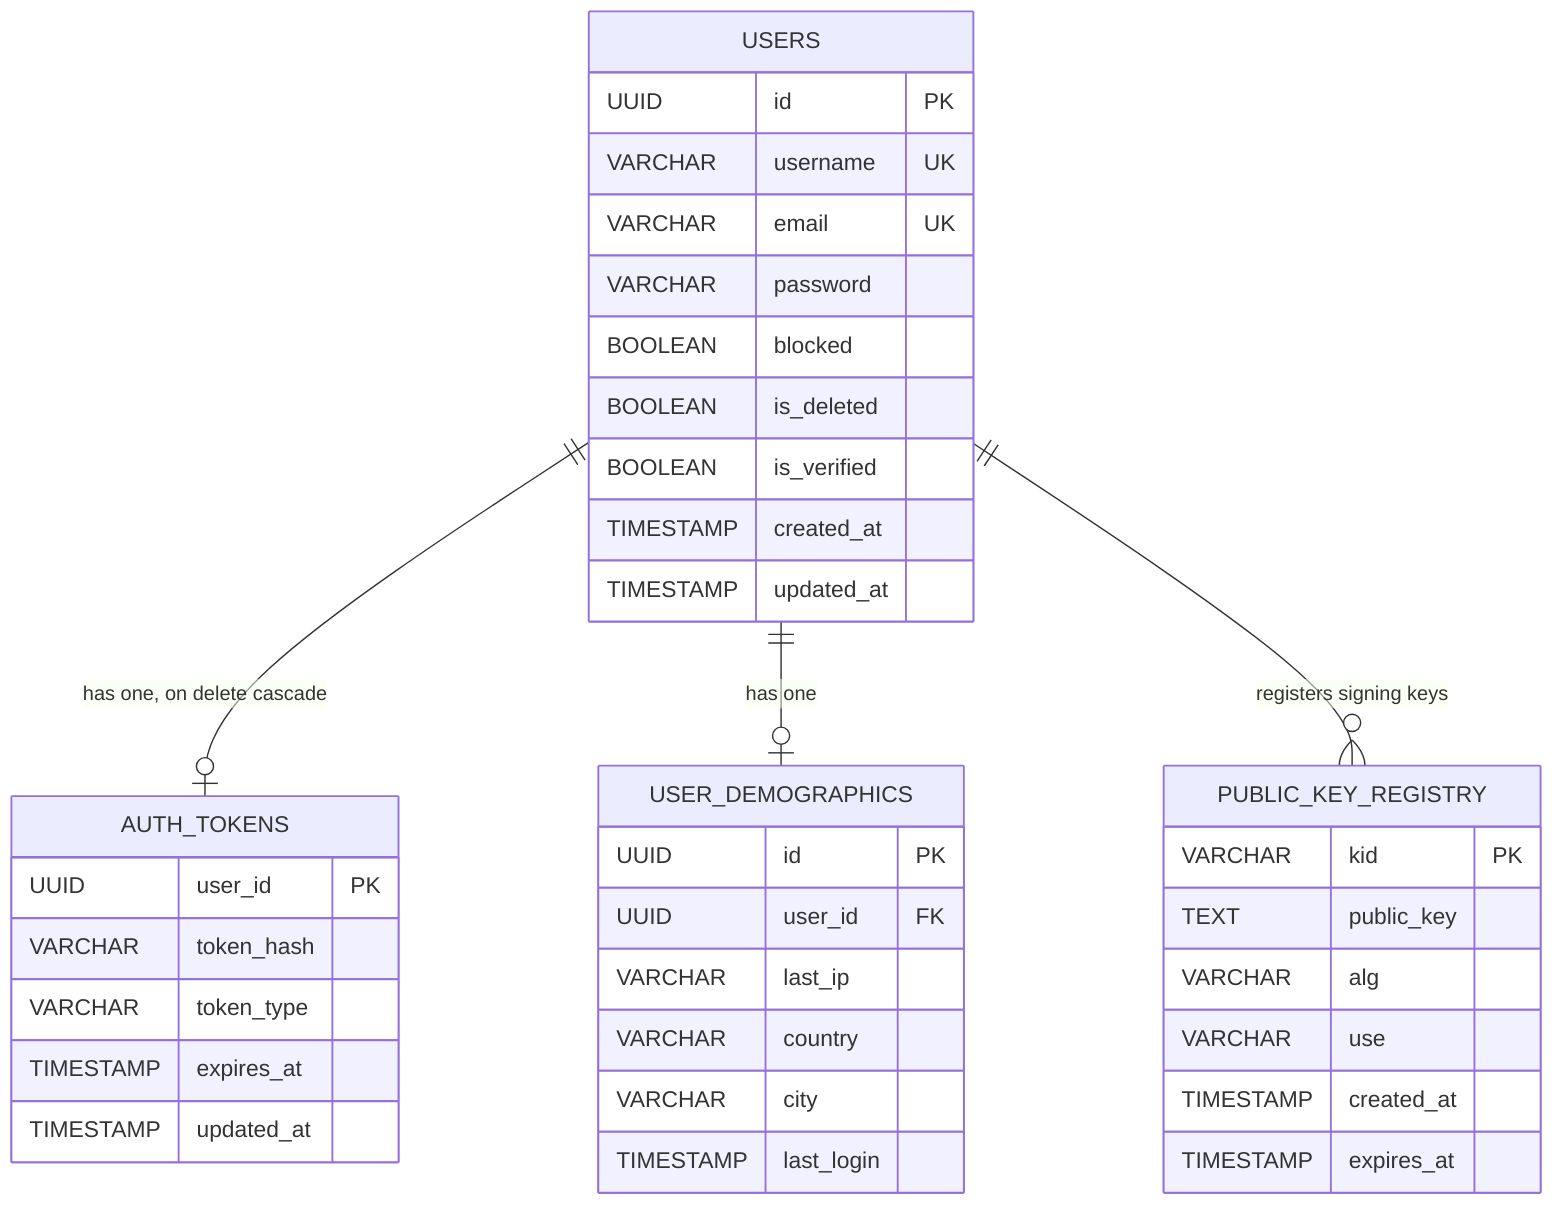
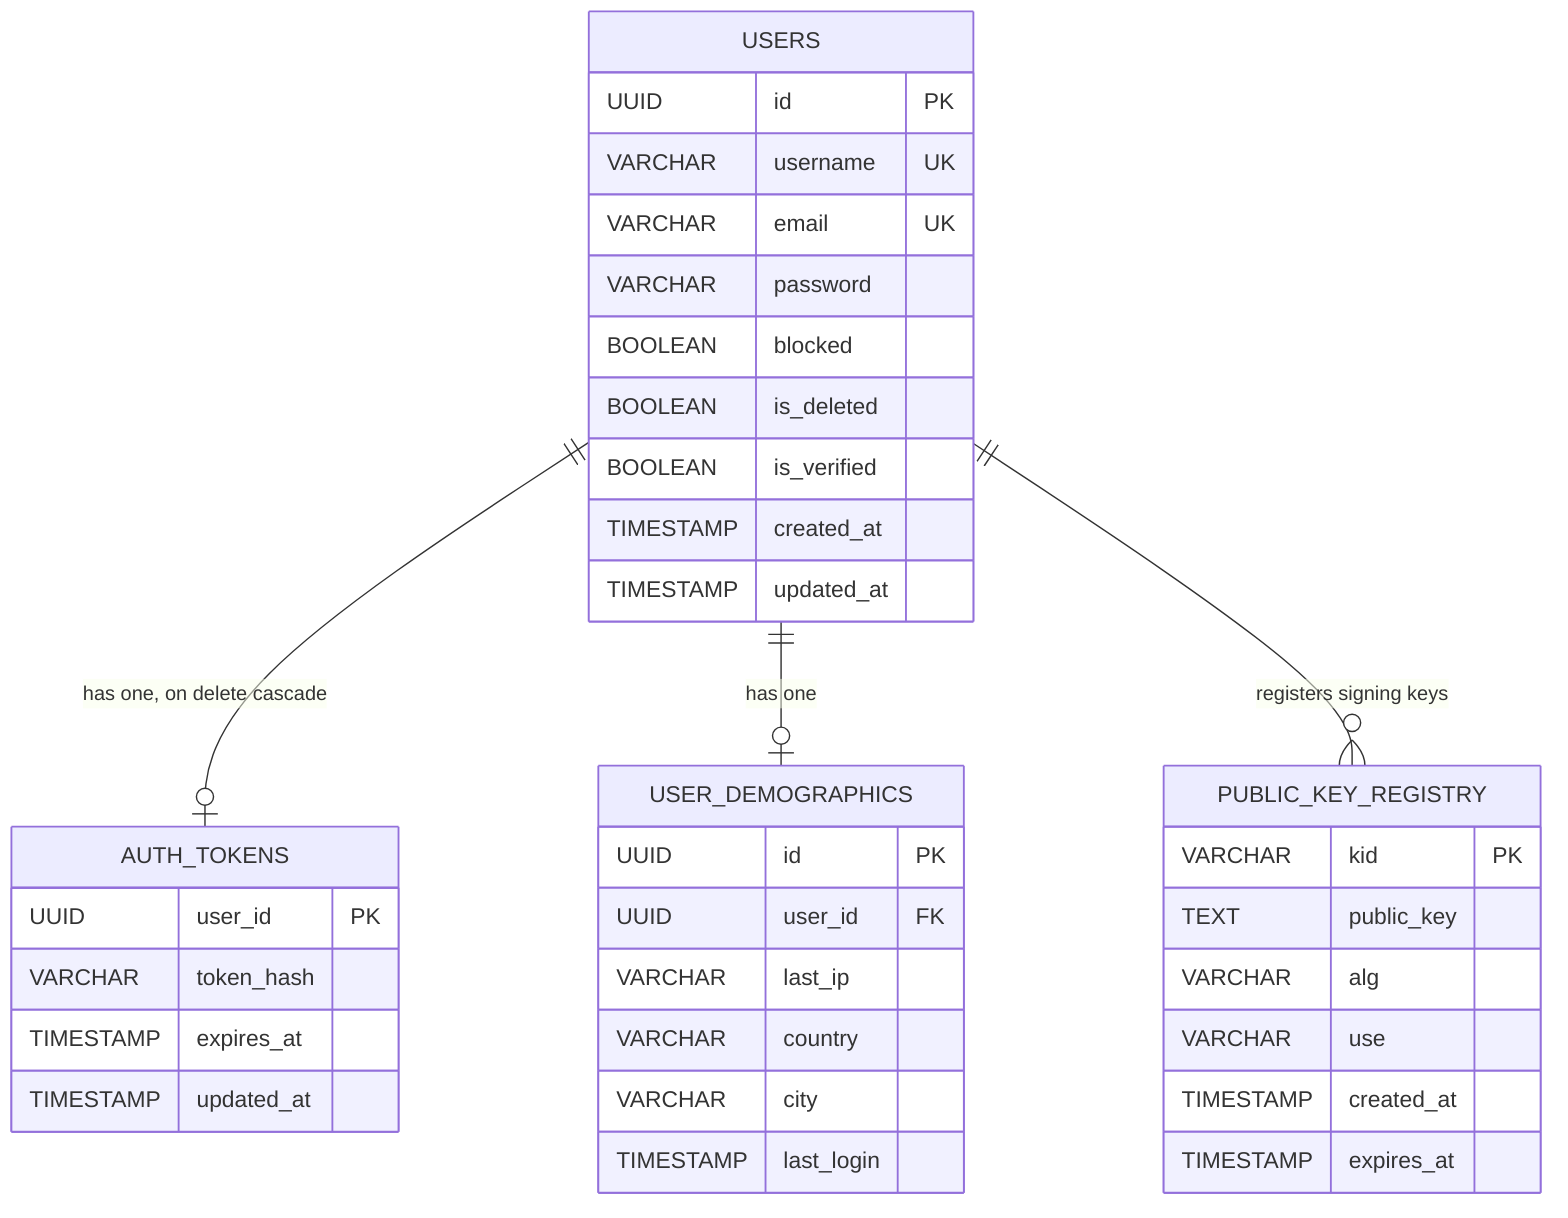
%% Entity Architecture Diagram
%% Maps to: FR-13, FR-14, FR-23, FR-24, FR-25
%% Storage: PostgreSQL (entities), MongoDB (models)
%% Note: Token blacklist is Redis-only (see 04-redis-blacklist.mmd)
%% Constraint: Single session per user — one active refresh token at a time

erDiagram
    %% PostgreSQL Entities
    USERS {
        UUID id PK
        %% not null
        VARCHAR username UK
        %% not null
        VARCHAR email UK
        VARCHAR password
        BOOLEAN blocked
        BOOLEAN is_deleted
        BOOLEAN is_verified
        TIMESTAMP created_at
        TIMESTAMP updated_at
    }

    AUTH_TOKENS {
        UUID user_id PK
+         %% user_id IS the PK — one row per user (single active session)
        VARCHAR token_hash
        %% bcrypt hash of refresh token
-         VARCHAR token_type
-         %% 'refresh' or 'reset'
        TIMESTAMP expires_at
        TIMESTAMP updated_at
-         %% Design constraint: one row per user (single active session)
    }

    PUBLIC_KEY_REGISTRY {
        VARCHAR kid PK
        %% Key ID for JWT header
        TEXT public_key
        %% RSA public key PEM
        VARCHAR alg
        %% 'RSA'
        VARCHAR use
        %% 'sig' or 'enc'
        TIMESTAMP created_at
        TIMESTAMP expires_at
    }

    %% MongoDB Documents
    USER_DEMOGRAPHICS {
        UUID id PK
        UUID user_id FK
        VARCHAR last_ip
        VARCHAR country
        VARCHAR city
        TIMESTAMP last_login
    }

    USERS ||--o| AUTH_TOKENS : "has one, on delete cascade"
    USERS ||--o| USER_DEMOGRAPHICS : "has one"
    USERS ||--o{ PUBLIC_KEY_REGISTRY : "registers signing keys"
